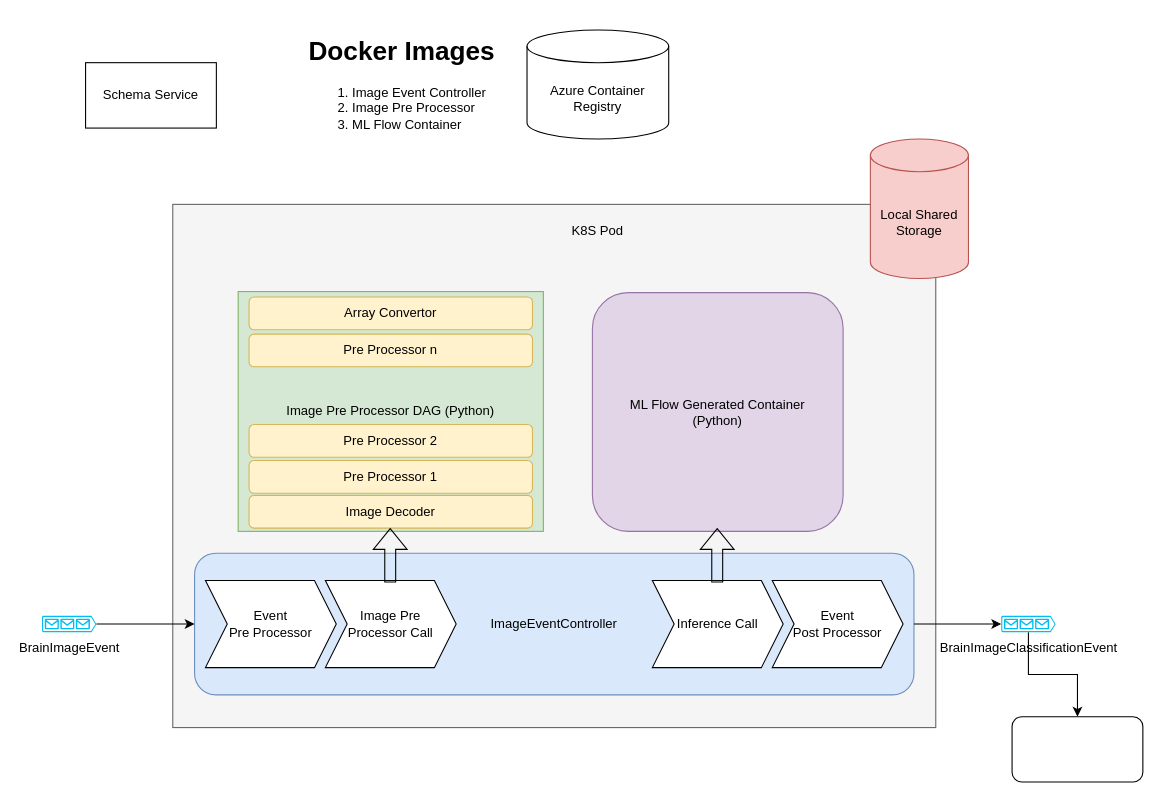
Earlier version of the draw.io diagram page "Image Model Deployment" (7 of 9) of docs/diagram/ml.drawio (brain-os/brain-proto). Source tidied: cells renumbered, new cells numbered last; positions are measured from the earlier drawing's top-left corner, leaving out a move shared by most shapes. Both pictures are drawn from the tidied source at 109%, with x=0, y=0 at pixel (41, 29).
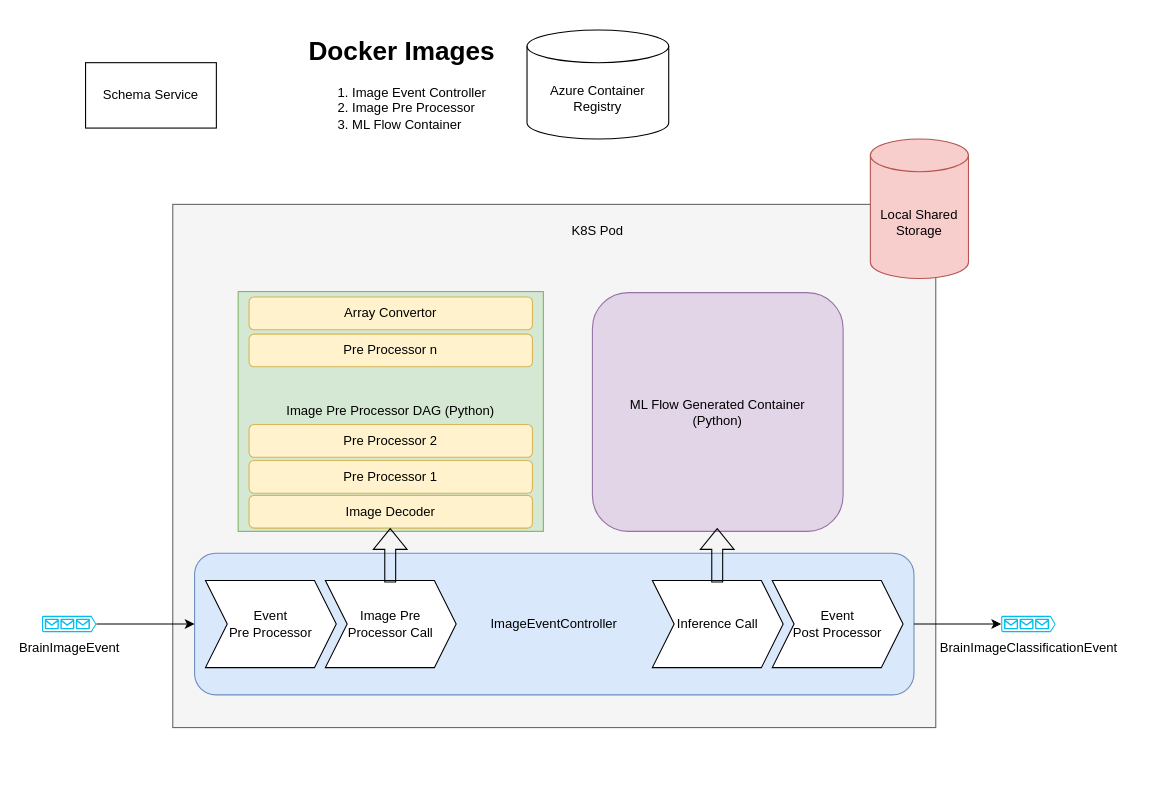
Above is the later version.

The change refers to these unchanged cells:
```xml
<mxCell id="4" value="BrainImageClassificationEvent" style="verticalLabelPosition=bottom;html=1;verticalAlign=top;align=center;strokeColor=none;fillColor=#00BEF2;shape=mxgraph.azure.queue_generic;" parent="1" vertex="1">
  <mxGeometry x="880" y="537.5" width="50" height="15" as="geometry" />
</mxCell>
```

Change to the diagram source:
```diff
@@
-    <mxCell id="3" style="edgeStyle=orthogonalEdgeStyle;rounded=0;jettySize=auto;html=1;" parent="1" edge="1" source="4" target="26">
-      <mxGeometry relative="1" as="geometry" />
-    </mxCell>
@@
-    <mxCell id="26" style="rounded=1;whiteSpace=wrap;html=1;" parent="1" vertex="1">
-      <mxGeometry x="890" y="630" width="120" height="60" as="geometry" />
-    </mxCell>
```
